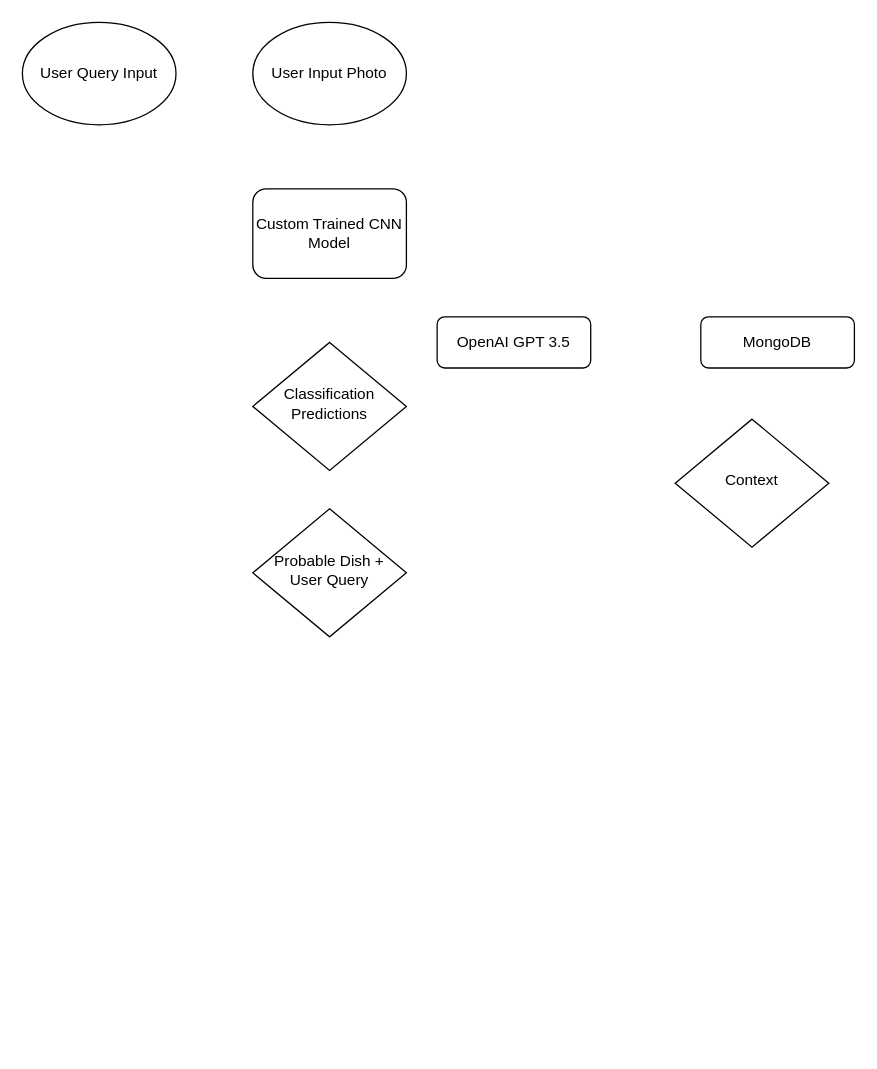
Above: Untitled Diagram.drawio in NickYaoo/DatabaseManagementProject (draw.io), before the change. Source tidied: cells renumbered, new cells numbered last; positions are measured from the earlier drawing's top-left corner, leaving out a move shared by most shapes. Both pictures are drawn from the tidied source at 128%, with x=0, y=0 at pixel (22, 22).
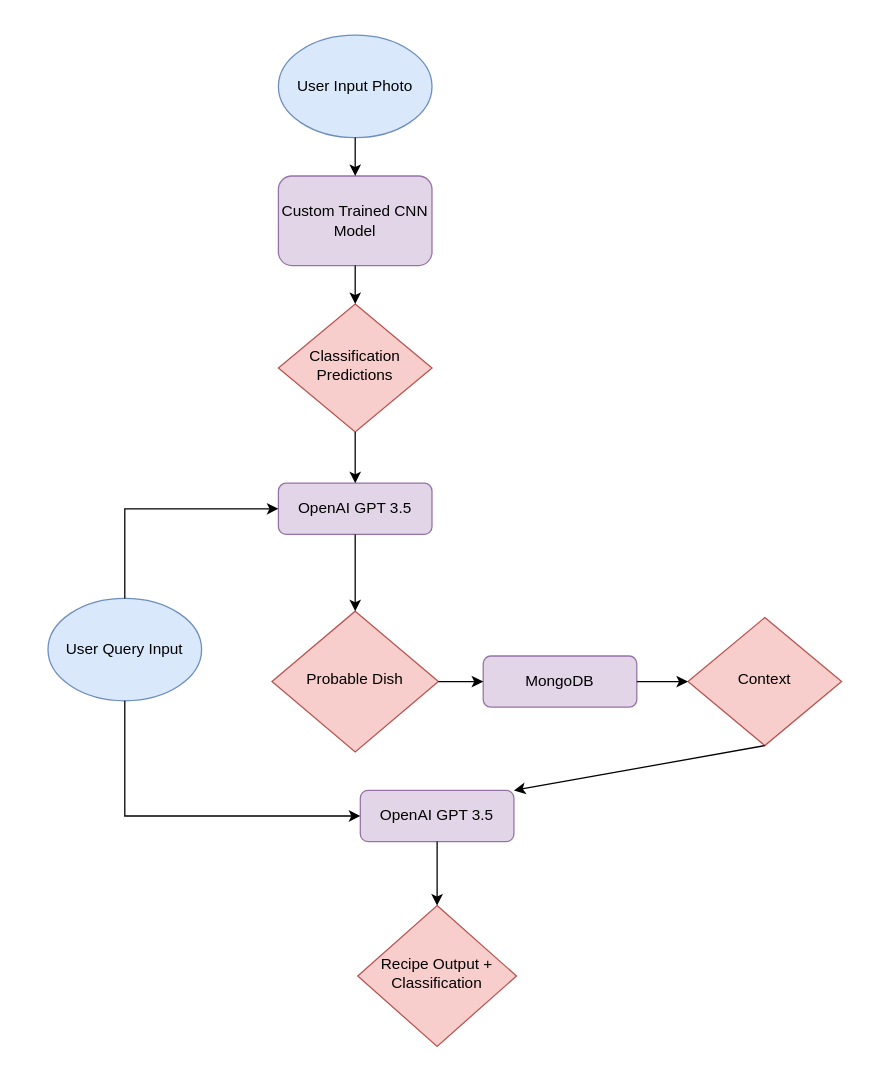
The same diagram, later.

Diff of the diagram source:
```diff
@@
-    <mxCell id="2" value="Classification Predictions" style="rhombus;whiteSpace=wrap;html=1;shadow=0;fontFamily=Helvetica;fontSize=12;align=center;strokeWidth=1;spacing=6;spacingTop=-4;" parent="1" vertex="1">
-      <mxGeometry x="180" y="250" width="120" height="100" as="geometry" />
+    <mxCell id="2" value="Classification Predictions" style="rhombus;whiteSpace=wrap;html=1;shadow=0;fontFamily=Helvetica;fontSize=12;align=center;strokeWidth=1;spacing=6;spacingTop=-4;fillColor=#f8cecc;strokeColor=#b85450;" parent="1" vertex="1">
+      <mxGeometry x="200" y="220" width="120" height="100" as="geometry" />
     </mxCell>
-    <mxCell id="3" value="Custom Trained CNN Model" style="rounded=1;whiteSpace=wrap;html=1;fontSize=12;glass=0;strokeWidth=1;shadow=0;" parent="1" vertex="1">
-      <mxGeometry x="180" y="130" width="120" height="70" as="geometry" />
+    <mxCell id="3" value="Custom Trained CNN Model" style="rounded=1;whiteSpace=wrap;html=1;fontSize=12;glass=0;strokeWidth=1;shadow=0;fillColor=#e1d5e7;strokeColor=#9673a6;" parent="1" vertex="1">
+      <mxGeometry x="200" y="120" width="120" height="70" as="geometry" />
     </mxCell>
-    <mxCell id="4" value="MongoDB" style="rounded=1;whiteSpace=wrap;html=1;fontSize=12;glass=0;strokeWidth=1;shadow=0;" parent="1" vertex="1">
-      <mxGeometry x="530" y="230" width="120" height="40" as="geometry" />
+    <mxCell id="4" value="MongoDB" style="rounded=1;whiteSpace=wrap;html=1;fontSize=12;glass=0;strokeWidth=1;shadow=0;fillColor=#e1d5e7;strokeColor=#9673a6;" parent="1" vertex="1">
+      <mxGeometry x="360" y="495" width="120" height="40" as="geometry" />
     </mxCell>
-    <mxCell id="5" value="OpenAI GPT 3.5" style="rounded=1;whiteSpace=wrap;html=1;fontSize=12;glass=0;strokeWidth=1;shadow=0;" parent="1" vertex="1">
-      <mxGeometry x="324" y="230" width="120" height="40" as="geometry" />
+    <mxCell id="5" value="OpenAI GPT 3.5" style="rounded=1;whiteSpace=wrap;html=1;fontSize=12;glass=0;strokeWidth=1;shadow=0;fillColor=#e1d5e7;strokeColor=#9673a6;" parent="1" vertex="1">
+      <mxGeometry x="200" y="360" width="120" height="40" as="geometry" />
     </mxCell>
-    <mxCell id="6" value="User Input Photo" style="ellipse;whiteSpace=wrap;html=1;" parent="1" vertex="1">
-      <mxGeometry x="180" width="120" height="80" as="geometry" />
+    <mxCell id="6" value="User Input Photo" style="ellipse;whiteSpace=wrap;html=1;fillColor=#dae8fc;strokeColor=#6c8ebf;" parent="1" vertex="1">
+      <mxGeometry x="200" y="10" width="120" height="80" as="geometry" />
     </mxCell>
-    <mxCell id="7" value="User Query Input" style="ellipse;whiteSpace=wrap;html=1;" parent="1" vertex="1">
-      <mxGeometry width="120" height="80" as="geometry" />
+    <mxCell id="7" value="User Query Input" style="ellipse;whiteSpace=wrap;html=1;fillColor=#dae8fc;strokeColor=#6c8ebf;" parent="1" vertex="1">
+      <mxGeometry x="20" y="450" width="120" height="80" as="geometry" />
     </mxCell>
-    <mxCell id="8" value="Probable Dish + User Query" style="rhombus;whiteSpace=wrap;html=1;shadow=0;fontFamily=Helvetica;fontSize=12;align=center;strokeWidth=1;spacing=6;spacingTop=-4;" parent="1" vertex="1">
-      <mxGeometry x="180" y="380" width="120" height="100" as="geometry" />
+    <mxCell id="8" value="Probable Dish" style="rhombus;whiteSpace=wrap;html=1;shadow=0;fontFamily=Helvetica;fontSize=12;align=center;strokeWidth=1;spacing=6;spacingTop=-4;fillColor=#f8cecc;strokeColor=#b85450;" parent="1" vertex="1">
+      <mxGeometry x="195" y="460" width="130" height="110" as="geometry" />
     </mxCell>
-    <mxCell id="9" value="Context" style="rhombus;whiteSpace=wrap;html=1;shadow=0;fontFamily=Helvetica;fontSize=12;align=center;strokeWidth=1;spacing=6;spacingTop=-4;" parent="1" vertex="1">
-      <mxGeometry x="510" y="310" width="120" height="100" as="geometry" />
+    <mxCell id="9" value="Context" style="rhombus;whiteSpace=wrap;html=1;shadow=0;fontFamily=Helvetica;fontSize=12;align=center;strokeWidth=1;spacing=6;spacingTop=-4;fillColor=#f8cecc;strokeColor=#b85450;" parent="1" vertex="1">
+      <mxGeometry x="520" y="465" width="120" height="100" as="geometry" />
     </mxCell>
+    <mxCell id="10" value="OpenAI GPT 3.5" style="rounded=1;whiteSpace=wrap;html=1;fontSize=12;glass=0;strokeWidth=1;shadow=0;fillColor=#e1d5e7;strokeColor=#9673a6;" parent="1" vertex="1">
+      <mxGeometry x="264" y="600" width="120" height="40" as="geometry" />
+    </mxCell>
+    <mxCell id="11" value="Recipe Output + Classification" style="rhombus;whiteSpace=wrap;html=1;shadow=0;fontFamily=Helvetica;fontSize=12;align=center;strokeWidth=1;spacing=6;spacingTop=-4;fillColor=#f8cecc;strokeColor=#b85450;" parent="1" vertex="1">
+      <mxGeometry x="262" y="690" width="124" height="110" as="geometry" />
+    </mxCell>
+    <mxCell id="12" style="endArrow=classic;html=1;rounded=0;exitX=0.5;exitY=1;exitDx=0;exitDy=0;entryX=0.5;entryY=0;entryDx=0;entryDy=0;" parent="1" edge="1" source="6" target="3">
+      <mxGeometry relative="1" as="geometry" />
+    </mxCell>
+    <mxCell id="13" style="endArrow=classic;html=1;rounded=0;exitX=0.5;exitY=1;exitDx=0;exitDy=0;entryX=0.5;entryY=0;entryDx=0;entryDy=0;" parent="1" edge="1" source="3" target="2">
+      <mxGeometry relative="1" as="geometry" />
+    </mxCell>
+    <mxCell id="14" style="endArrow=classic;html=1;rounded=0;exitX=0.5;exitY=1;exitDx=0;exitDy=0;entryX=0.5;entryY=0;entryDx=0;entryDy=0;" parent="1" edge="1" source="2" target="5">
+      <mxGeometry relative="1" as="geometry" />
+    </mxCell>
+    <mxCell id="15" style="endArrow=classic;html=1;rounded=0;entryX=0;entryY=0.5;entryDx=0;entryDy=0;" parent="1" edge="1" target="5">
+      <mxGeometry relative="1" as="geometry">
+        <mxPoint x="80" y="450" as="sourcePoint" />
+        <Array as="points">
+          <mxPoint x="80" y="380" />
+        </Array>
+      </mxGeometry>
+    </mxCell>
+    <mxCell id="16" style="endArrow=classic;html=1;rounded=0;entryX=0;entryY=0.5;entryDx=0;entryDy=0;exitX=0.5;exitY=1;exitDx=0;exitDy=0;" parent="1" edge="1" source="7" target="10">
+      <mxGeometry relative="1" as="geometry">
+        <Array as="points">
+          <mxPoint x="80" y="620" />
+        </Array>
+      </mxGeometry>
+    </mxCell>
+    <mxCell id="17" style="endArrow=classic;html=1;rounded=0;exitX=0.5;exitY=1;exitDx=0;exitDy=0;entryX=0.5;entryY=0;entryDx=0;entryDy=0;" parent="1" edge="1" source="5" target="8">
+      <mxGeometry relative="1" as="geometry" />
+    </mxCell>
+    <mxCell id="18" style="endArrow=classic;html=1;rounded=0;exitX=1;exitY=0.5;exitDx=0;exitDy=0;entryX=0;entryY=0.5;entryDx=0;entryDy=0;" parent="1" edge="1" source="8" target="4">
+      <mxGeometry relative="1" as="geometry" />
+    </mxCell>
+    <mxCell id="19" style="endArrow=classic;html=1;rounded=0;exitX=1;exitY=0.5;exitDx=0;exitDy=0;entryX=0;entryY=0.5;entryDx=0;entryDy=0;" parent="1" edge="1" source="4" target="9">
+      <mxGeometry relative="1" as="geometry" />
+    </mxCell>
+    <mxCell id="20" style="endArrow=classic;html=1;rounded=0;exitX=0.5;exitY=1;exitDx=0;exitDy=0;entryX=1;entryY=0;entryDx=0;entryDy=0;" parent="1" edge="1" source="9" target="10">
+      <mxGeometry relative="1" as="geometry" />
+    </mxCell>
+    <mxCell id="21" style="endArrow=classic;html=1;rounded=0;entryX=0.5;entryY=0;entryDx=0;entryDy=0;exitX=0.5;exitY=1;exitDx=0;exitDy=0;" parent="1" edge="1" source="10" target="11">
+      <mxGeometry relative="1" as="geometry" />
+    </mxCell>
```
